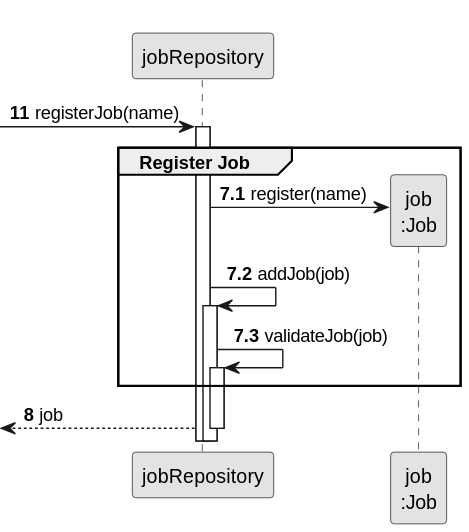
Above: docs/sprintB/us002/03.design/svg/us002-sequence-diagram-partial-register-job.svg in diogoveirospro/lei-24-s2-1dg-g072 (PlantUML), before the change. Source of this version:
```plantuml
@startuml
skinparam monochrome true
skinparam packageStyle rectangle
skinparam shadowing false

participant "jobRepository" as JOBREP
participant "job\n:Job" as Job

autonumber 11
-> JOBREP: registerJob(name)

autonumber 7.1
activate JOBREP
    group Register Job

        JOBREP -> Job**: register(name)
        JOBREP -> JOBREP: addJob(job)
        activate JOBREP

            JOBREP -> JOBREP: validateJob(job)
            activate JOBREP

    end

    autonumber 8
    <-- JOBREP : job
deactivate JOBREP
@enduml
```
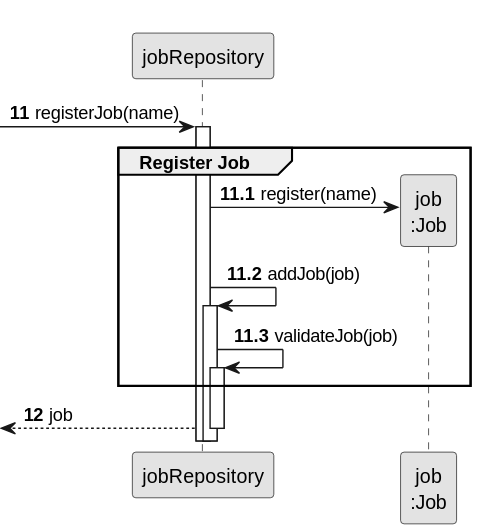
Later version of the same file.

Commit message:
US2's Class Diagram

What changed in the source:
```diff
@@ -9,7 +9,7 @@
 autonumber 11
 -> JOBREP: registerJob(name)
 
-autonumber 7.1
+autonumber 11.1
 activate JOBREP
     group Register Job
 
@@ -22,7 +22,7 @@
 
     end
 
-    autonumber 8
+    autonumber 12
     <-- JOBREP : job
 deactivate JOBREP
 @enduml
```
